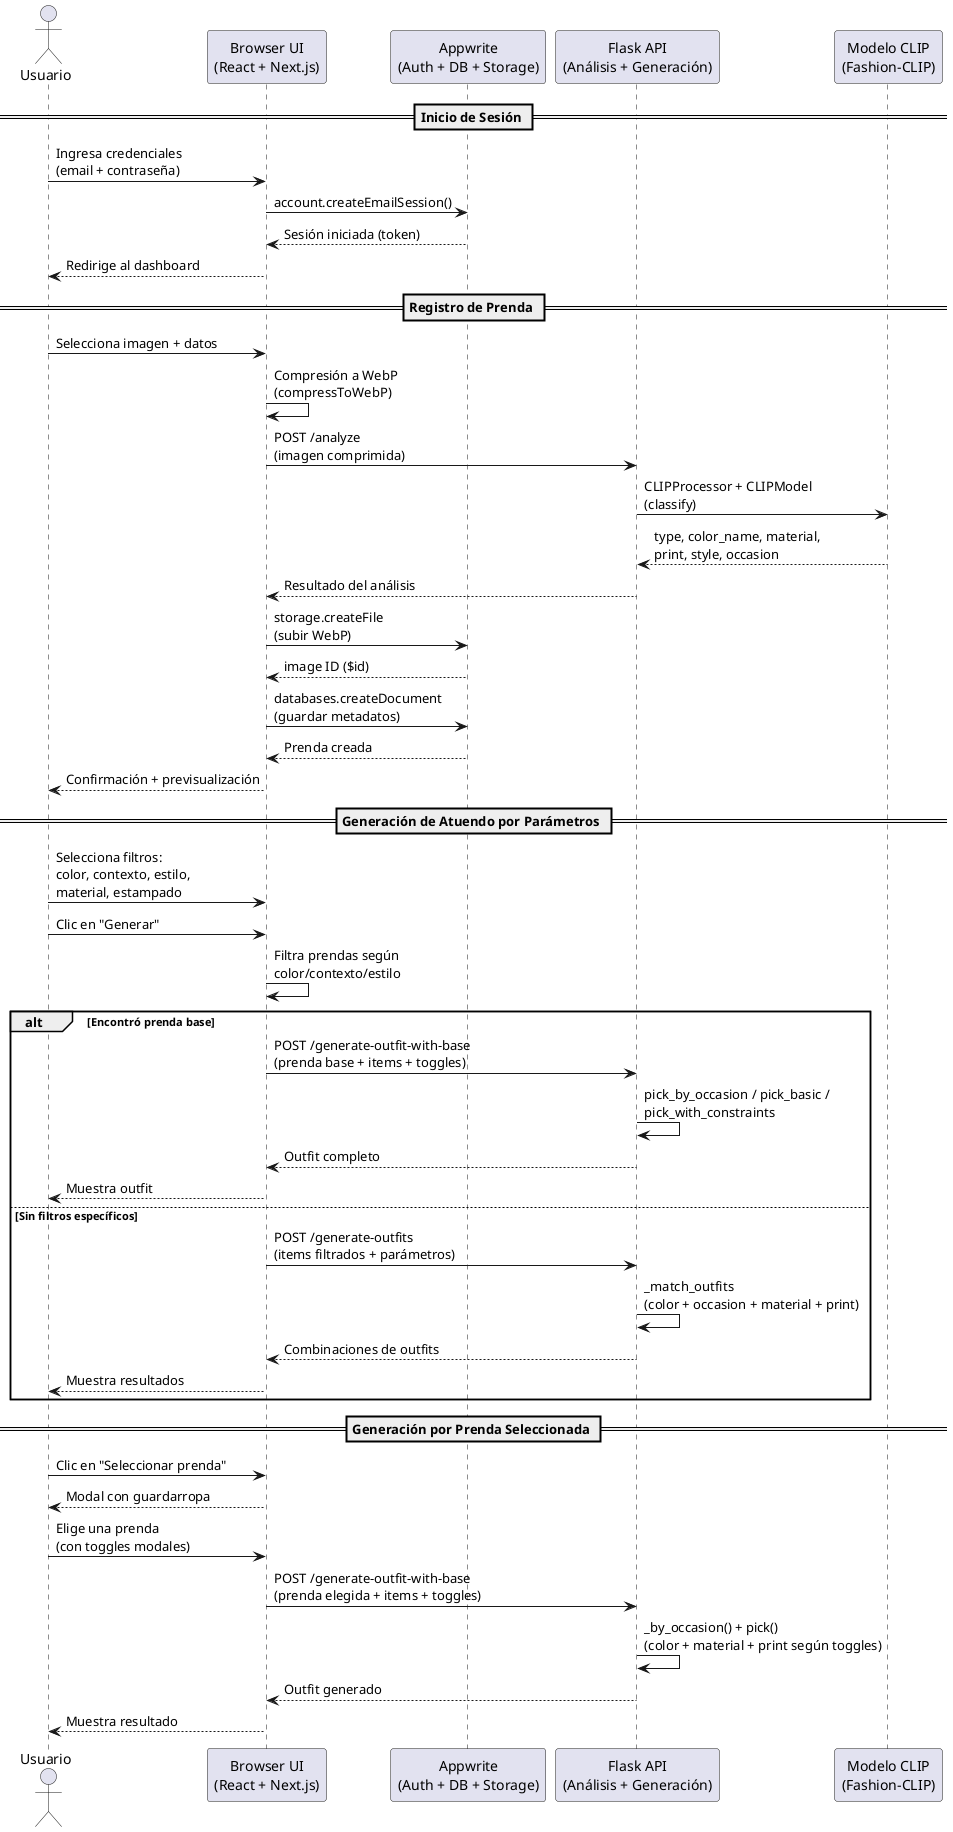
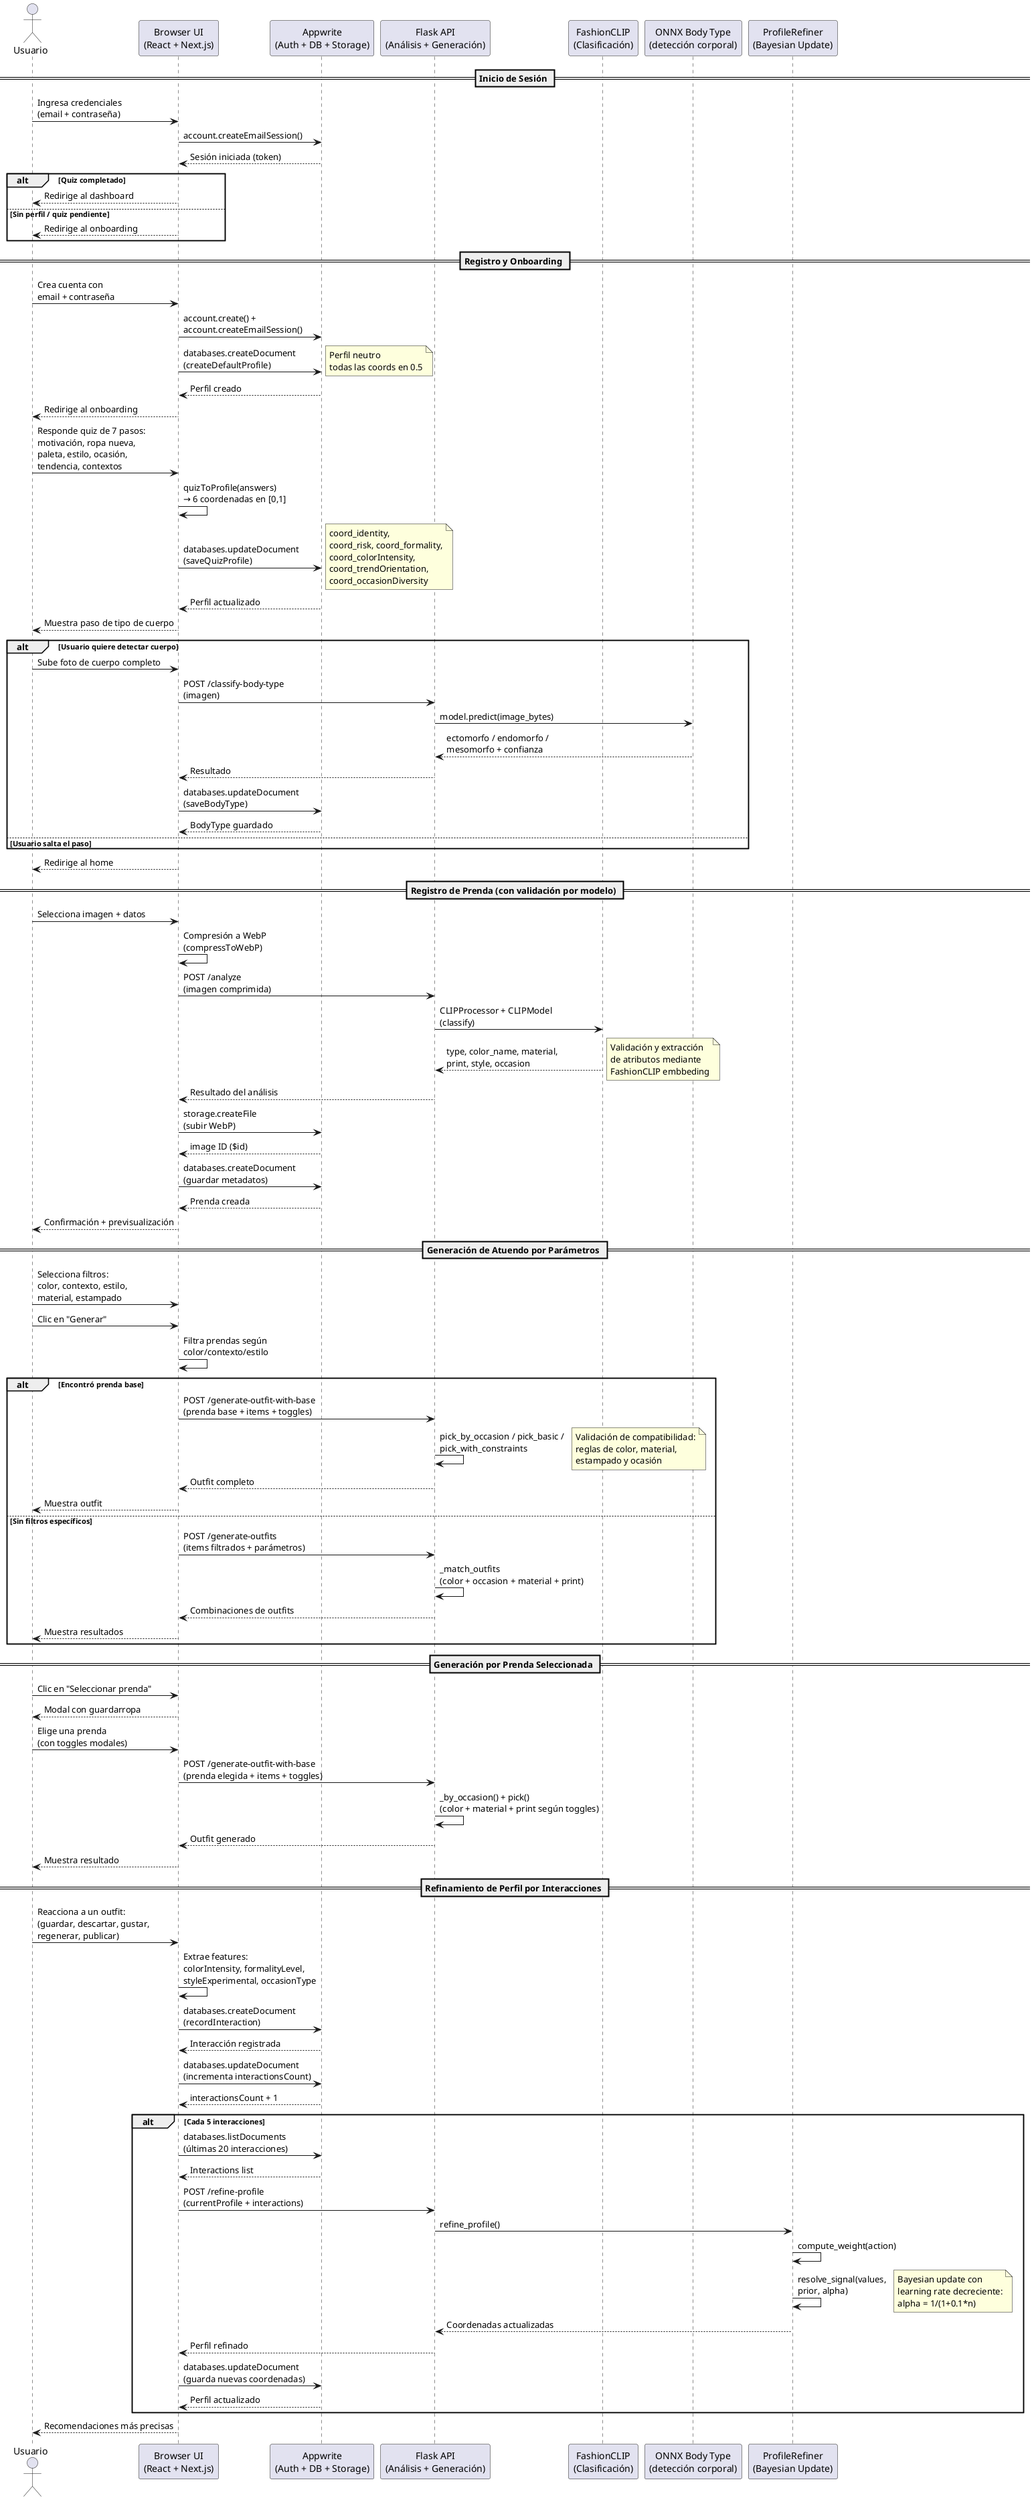
@startuml Secuencia - OutfitGen
actor Usuario
participant Browser as "Browser UI\n(React + Next.js)"
participant Appwrite as "Appwrite\n(Auth + DB + Storage)"
participant Flask as "Flask API\n(Análisis + Generación)"
- participant ML as "Modelo CLIP\n(Fashion-CLIP)"
+ participant CLIP as "FashionCLIP\n(Clasificación)"
+ participant ONNX as "ONNX Body Type\n(detección corporal)"
+ participant Refiner as "ProfileRefiner\n(Bayesian Update)"

== Inicio de Sesión ==

Usuario -> Browser: Ingresa credenciales\n(email + contraseña)
Browser -> Appwrite: account.createEmailSession()
Appwrite --> Browser: Sesión iniciada (token)
- Browser --> Usuario: Redirige al dashboard
+ alt Quiz completado
+     Browser --> Usuario: Redirige al dashboard
+ else Sin perfil / quiz pendiente
+     Browser --> Usuario: Redirige al onboarding
+ end

- == Registro de Prenda ==
+ == Registro y Onboarding ==
+ 
+ Usuario -> Browser: Crea cuenta con\nemail + contraseña
+ Browser -> Appwrite: account.create() +\naccount.createEmailSession()
+ Browser -> Appwrite: databases.createDocument\n(createDefaultProfile)
+ note right: Perfil neutro\ntodas las coords en 0.5
+ Appwrite --> Browser: Perfil creado
+ Browser --> Usuario: Redirige al onboarding
+ 
+ Usuario -> Browser: Responde quiz de 7 pasos:\nmotivación, ropa nueva,\npaleta, estilo, ocasión,\ntendencia, contextos
+ Browser -> Browser: quizToProfile(answers)\n→ 6 coordenadas en [0,1]
+ Browser -> Appwrite: databases.updateDocument\n(saveQuizProfile)
+ note right: coord_identity,\ncoord_risk, coord_formality,\ncoord_colorIntensity,\ncoord_trendOrientation,\ncoord_occasionDiversity
+ Appwrite --> Browser: Perfil actualizado
+ Browser --> Usuario: Muestra paso de tipo de cuerpo
+ 
+ alt Usuario quiere detectar cuerpo
+     Usuario -> Browser: Sube foto de cuerpo completo
+     Browser -> Flask: POST /classify-body-type\n(imagen)
+     Flask -> ONNX: model.predict(image_bytes)
+     ONNX --> Flask: ectomorfo / endomorfo /\nmesomorfo + confianza
+     Flask --> Browser: Resultado
+     Browser -> Appwrite: databases.updateDocument\n(saveBodyType)
+     Appwrite --> Browser: BodyType guardado
+ else Usuario salta el paso
+ end
+ Browser --> Usuario: Redirige al home
+ 
+ == Registro de Prenda (con validación por modelo) ==

Usuario -> Browser: Selecciona imagen + datos
Browser -> Browser: Compresión a WebP\n(compressToWebP)
Browser -> Flask: POST /analyze\n(imagen comprimida)
- Flask -> ML: CLIPProcessor + CLIPModel\n(classify)
- ML --> Flask: type, color_name, material,\nprint, style, occasion
+ Flask -> CLIP: CLIPProcessor + CLIPModel\n(classify)
+ CLIP --> Flask: type, color_name, material,\nprint, style, occasion
+ note right: Validación y extracción\nde atributos mediante\nFashionCLIP embbeding
Flask --> Browser: Resultado del análisis
Browser -> Appwrite: storage.createFile\n(subir WebP)
Appwrite --> Browser: image ID ($id)
Browser -> Appwrite: databases.createDocument\n(guardar metadatos)
Appwrite --> Browser: Prenda creada
Browser --> Usuario: Confirmación + previsualización

== Generación de Atuendo por Parámetros ==

Usuario -> Browser: Selecciona filtros:\ncolor, contexto, estilo,\nmaterial, estampado
Usuario -> Browser: Clic en "Generar"
Browser -> Browser: Filtra prendas según\ncolor/contexto/estilo
alt Encontró prenda base
    Browser -> Flask: POST /generate-outfit-with-base\n(prenda base + items + toggles)
    Flask -> Flask: pick_by_occasion / pick_basic /\npick_with_constraints
+     note right: Validación de compatibilidad:\nreglas de color, material,\nestampado y ocasión
    Flask --> Browser: Outfit completo
    Browser --> Usuario: Muestra outfit
else Sin filtros específicos
    Browser -> Flask: POST /generate-outfits\n(items filtrados + parámetros)
    Flask -> Flask: _match_outfits\n(color + occasion + material + print)
    Flask --> Browser: Combinaciones de outfits
    Browser --> Usuario: Muestra resultados
end

== Generación por Prenda Seleccionada ==

Usuario -> Browser: Clic en "Seleccionar prenda"
Browser --> Usuario: Modal con guardarropa
Usuario -> Browser: Elige una prenda\n(con toggles modales)
Browser -> Flask: POST /generate-outfit-with-base\n(prenda elegida + items + toggles)
Flask -> Flask: _by_occasion() + pick()\n(color + material + print según toggles)
Flask --> Browser: Outfit generado
Browser --> Usuario: Muestra resultado

+ == Refinamiento de Perfil por Interacciones ==
+ 
+ Usuario -> Browser: Reacciona a un outfit:\n(guardar, descartar, gustar,\nregenerar, publicar)
+ Browser -> Browser: Extrae features:\ncolorIntensity, formalityLevel,\nstyleExperimental, occasionType
+ Browser -> Appwrite: databases.createDocument\n(recordInteraction)
+ Appwrite --> Browser: Interacción registrada
+ Browser -> Appwrite: databases.updateDocument\n(incrementa interactionsCount)
+ Appwrite --> Browser: interactionsCount + 1
+ 
+ alt Cada 5 interacciones
+     Browser -> Appwrite: databases.listDocuments\n(últimas 20 interacciones)
+     Appwrite --> Browser: Interactions list
+     Browser -> Flask: POST /refine-profile\n(currentProfile + interactions)
+     Flask -> Refiner: refine_profile()
+     Refiner -> Refiner: compute_weight(action)
+     Refiner -> Refiner: resolve_signal(values,\nprior, alpha)
+     note right: Bayesian update con\nlearning rate decreciente:\nalpha = 1/(1+0.1*n)
+     Refiner --> Flask: Coordenadas actualizadas
+     Flask --> Browser: Perfil refinado
+     Browser -> Appwrite: databases.updateDocument\n(guarda nuevas coordenadas)
+     Appwrite --> Browser: Perfil actualizado
+ end
+ Browser --> Usuario: Recomendaciones más precisas
+ 
@enduml
